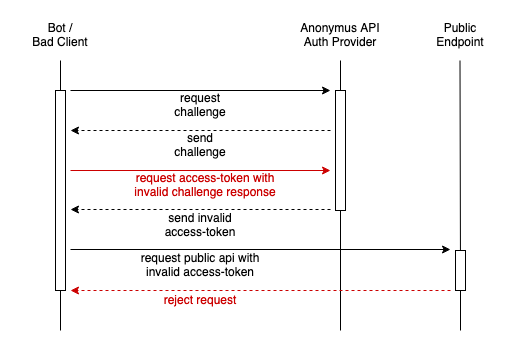
The draw.io diagram assets/bad-client.png in meinto/anonymous-api-auth-provider, before a commit. Source tidied: cells renumbered, new cells last; positions are measured from the earlier drawing's top-left corner, leaving out a move shared by most shapes.
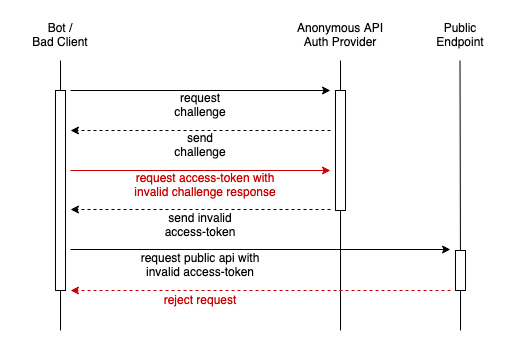
The same file after the commit.

The edit, as a diff of the source:
```diff
@@ -5,7 +5,7 @@
     <mxCell id="2" value="Bot / &lt;br&gt;Bad Client" style="text;html=1;strokeColor=none;fillColor=none;align=center;verticalAlign=middle;whiteSpace=wrap;rounded=0;" parent="1" vertex="1">
       <mxGeometry width="80" height="30" as="geometry" />
     </mxCell>
-    <mxCell id="3" value="Anonymus API Auth Provider" style="text;html=1;strokeColor=none;fillColor=none;align=center;verticalAlign=middle;whiteSpace=wrap;rounded=0;" parent="1" vertex="1">
+    <mxCell id="3" value="Anonymous API Auth Provider" style="text;html=1;strokeColor=none;fillColor=none;align=center;verticalAlign=middle;whiteSpace=wrap;rounded=0;" parent="1" vertex="1">
       <mxGeometry x="270" width="100" height="30" as="geometry" />
     </mxCell>
     <mxCell id="4" value="&lt;div&gt;Public &lt;br&gt;&lt;/div&gt;&lt;div&gt;Endpoint&lt;/div&gt;" style="text;html=1;strokeColor=none;fillColor=none;align=center;verticalAlign=middle;whiteSpace=wrap;rounded=0;" parent="1" vertex="1">
```
